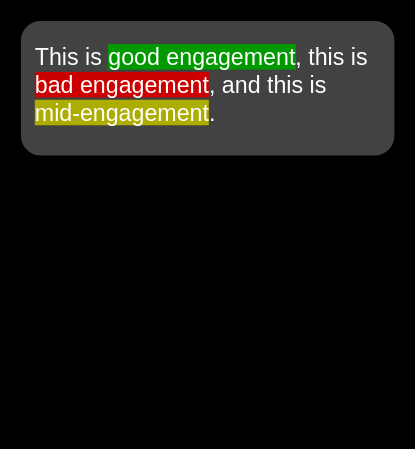
This is product/V.0.1/Wireframe.drawio from SocialQu/Branding, a draw.io file, before an edit. Source tidied: cells renumbered, new cells numbered last; positions are measured from the earlier drawing's top-left corner, leaving out a move shared by most shapes. Both pictures are drawn from the tidied source at 116%, with x=0, y=0 at pixel (20, 20).
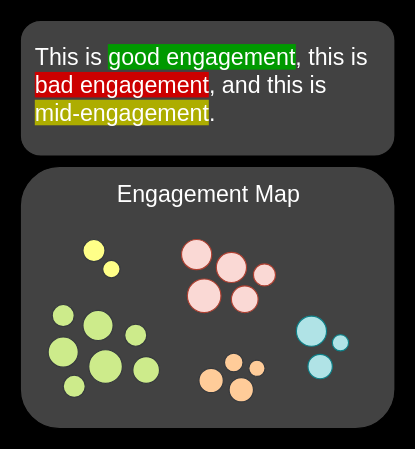
After the change.

Commit message:
Wireframe engagement map.

The edit, as a diff of the source:
```diff
@@
+    <mxCell id="4" style="rounded=1;whiteSpace=wrap;html=1;fillColor=#424242;" parent="1" vertex="1">
+      <mxGeometry y="126" width="323" height="226" as="geometry" />
+    </mxCell>
+    <mxCell id="5" style="ellipse;whiteSpace=wrap;html=1;labelBackgroundColor=#ADAD00;fontSize=20;fillColor=#b0e3e6;strokeColor=#0e8088;" parent="1" vertex="1">
+      <mxGeometry x="248" y="288" width="21" height="21" as="geometry" />
+    </mxCell>
+    <mxCell id="6" style="ellipse;whiteSpace=wrap;html=1;labelBackgroundColor=#ADAD00;fontSize=20;fillColor=#b0e3e6;strokeColor=#0e8088;" parent="1" vertex="1">
+      <mxGeometry x="238" y="255" width="26" height="26" as="geometry" />
+    </mxCell>
+    <mxCell id="7" style="ellipse;whiteSpace=wrap;html=1;labelBackgroundColor=#ADAD00;fontSize=20;fillColor=#b0e3e6;strokeColor=#0e8088;" parent="1" vertex="1">
+      <mxGeometry x="269" y="271" width="14" height="14" as="geometry" />
+    </mxCell>
+    <mxCell id="8" style="ellipse;whiteSpace=wrap;html=1;labelBackgroundColor=#ADAD00;fontSize=20;fillColor=#fad9d5;strokeColor=#ae4132;" parent="1" vertex="1">
+      <mxGeometry x="139" y="189" width="26" height="26" as="geometry" />
+    </mxCell>
+    <mxCell id="9" style="ellipse;whiteSpace=wrap;html=1;labelBackgroundColor=#ADAD00;fontSize=20;fillColor=#fad9d5;strokeColor=#ae4132;" parent="1" vertex="1">
+      <mxGeometry x="169" y="200" width="26" height="26" as="geometry" />
+    </mxCell>
+    <mxCell id="10" style="ellipse;whiteSpace=wrap;html=1;labelBackgroundColor=#ADAD00;fontSize=20;fillColor=#fad9d5;strokeColor=#ae4132;" parent="1" vertex="1">
+      <mxGeometry x="144" y="223" width="29" height="29" as="geometry" />
+    </mxCell>
+    <mxCell id="11" style="ellipse;whiteSpace=wrap;html=1;labelBackgroundColor=#ADAD00;fontSize=20;fillColor=#fad9d5;strokeColor=#ae4132;" parent="1" vertex="1">
+      <mxGeometry x="182" y="229" width="23" height="23" as="geometry" />
+    </mxCell>
+    <mxCell id="12" style="ellipse;whiteSpace=wrap;html=1;labelBackgroundColor=#ADAD00;fontSize=20;fillColor=#fad9d5;strokeColor=#ae4132;" parent="1" vertex="1">
+      <mxGeometry x="201" y="210" width="19" height="19" as="geometry" />
+    </mxCell>
+    <mxCell id="13" style="ellipse;whiteSpace=wrap;html=1;labelBackgroundColor=#ADAD00;fontSize=20;fillColor=#cdeb8b;strokeColor=#36393d;" parent="1" vertex="1">
+      <mxGeometry x="54" y="250" width="26" height="26" as="geometry" />
+    </mxCell>
+    <mxCell id="14" style="ellipse;whiteSpace=wrap;html=1;labelBackgroundColor=#ADAD00;fontSize=20;fillColor=#cdeb8b;strokeColor=#36393d;" parent="1" vertex="1">
+      <mxGeometry x="24" y="273" width="26" height="26" as="geometry" />
+    </mxCell>
+    <mxCell id="15" style="ellipse;whiteSpace=wrap;html=1;labelBackgroundColor=#ADAD00;fontSize=20;fillColor=#cdeb8b;strokeColor=#36393d;" parent="1" vertex="1">
+      <mxGeometry x="59" y="284" width="29" height="29" as="geometry" />
+    </mxCell>
+    <mxCell id="16" style="ellipse;whiteSpace=wrap;html=1;labelBackgroundColor=#ADAD00;fontSize=20;fillColor=#cdeb8b;strokeColor=#36393d;" parent="1" vertex="1">
+      <mxGeometry x="97" y="290" width="23" height="23" as="geometry" />
+    </mxCell>
+    <mxCell id="17" style="ellipse;whiteSpace=wrap;html=1;labelBackgroundColor=#ADAD00;fontSize=20;fillColor=#cdeb8b;strokeColor=#36393d;" parent="1" vertex="1">
+      <mxGeometry x="90" y="262" width="19" height="19" as="geometry" />
+    </mxCell>
+    <mxCell id="18" style="ellipse;whiteSpace=wrap;html=1;labelBackgroundColor=#ADAD00;fontSize=20;fillColor=#cdeb8b;strokeColor=#36393d;" parent="1" vertex="1">
+      <mxGeometry x="37" y="306" width="19" height="19" as="geometry" />
+    </mxCell>
+    <mxCell id="19" style="ellipse;whiteSpace=wrap;html=1;labelBackgroundColor=#ADAD00;fontSize=20;fillColor=#cdeb8b;strokeColor=#36393d;" parent="1" vertex="1">
+      <mxGeometry x="27.5" y="245" width="19" height="19" as="geometry" />
+    </mxCell>
+    <mxCell id="20" style="ellipse;whiteSpace=wrap;html=1;labelBackgroundColor=#ADAD00;fontSize=20;fillColor=#ffff88;strokeColor=#36393d;" parent="1" vertex="1">
+      <mxGeometry x="54" y="189" width="19" height="19" as="geometry" />
+    </mxCell>
+    <mxCell id="21" style="ellipse;whiteSpace=wrap;html=1;labelBackgroundColor=#ADAD00;fontSize=20;fillColor=#ffff88;strokeColor=#36393d;" parent="1" vertex="1">
+      <mxGeometry x="71" y="207" width="15" height="15" as="geometry" />
+    </mxCell>
+    <mxCell id="22" style="ellipse;whiteSpace=wrap;html=1;labelBackgroundColor=#ADAD00;fontSize=20;fillColor=#ffcc99;strokeColor=#36393d;" parent="1" vertex="1">
+      <mxGeometry x="180" y="308" width="21" height="21" as="geometry" />
+    </mxCell>
+    <mxCell id="23" style="ellipse;whiteSpace=wrap;html=1;labelBackgroundColor=#ADAD00;fontSize=20;fillColor=#ffcc99;strokeColor=#36393d;" parent="1" vertex="1">
+      <mxGeometry x="176" y="287" width="16" height="16" as="geometry" />
+    </mxCell>
+    <mxCell id="24" style="ellipse;whiteSpace=wrap;html=1;labelBackgroundColor=#ADAD00;fontSize=20;fillColor=#ffcc99;strokeColor=#36393d;" parent="1" vertex="1">
+      <mxGeometry x="197" y="293" width="14" height="14" as="geometry" />
+    </mxCell>
+    <mxCell id="25" style="ellipse;whiteSpace=wrap;html=1;labelBackgroundColor=#ADAD00;fontSize=20;fillColor=#ffcc99;strokeColor=#36393d;" parent="1" vertex="1">
+      <mxGeometry x="154" y="300" width="21" height="21" as="geometry" />
+    </mxCell>
+    <mxCell id="26" value="Engagement Map" style="text;html=1;align=center;verticalAlign=middle;strokeColor=none;fillColor=none;fontSize=20;fontColor=#FFFFFF;" parent="1" vertex="1">
+      <mxGeometry x="77.5" y="135" width="168" height="28" as="geometry" />
+    </mxCell>
```
